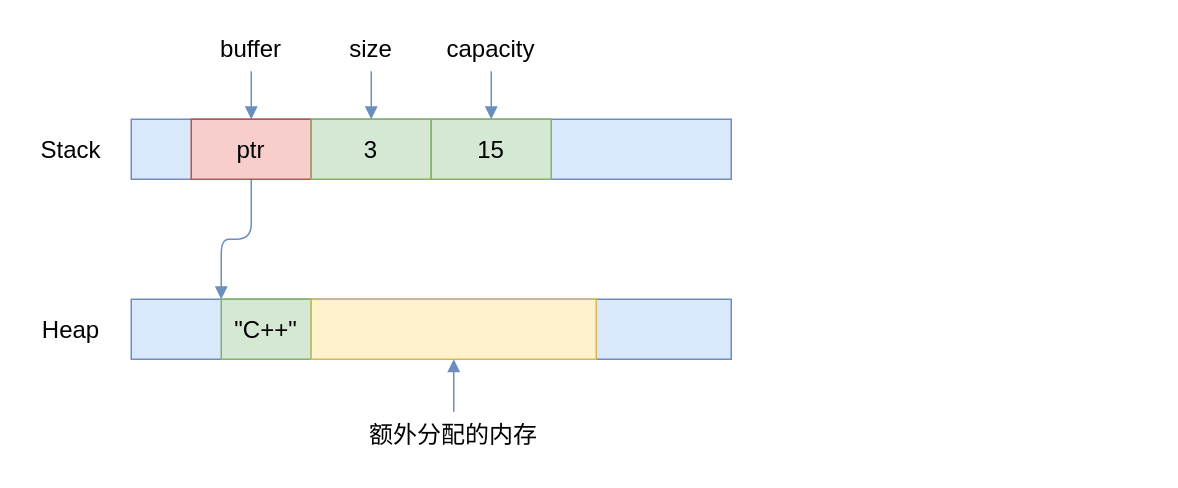
Above: src/ownership/assets/cpp-copy-string.drawio in XuShaohua/intro-to-rust (draw.io), before the change. Source tidied: cells renumbered, new cells numbered last; positions are measured from the earlier drawing's top-left corner, leaving out a move shared by most shapes. Both pictures are drawn from the tidied source at 150%, with x=0, y=0 at pixel (26, 26).
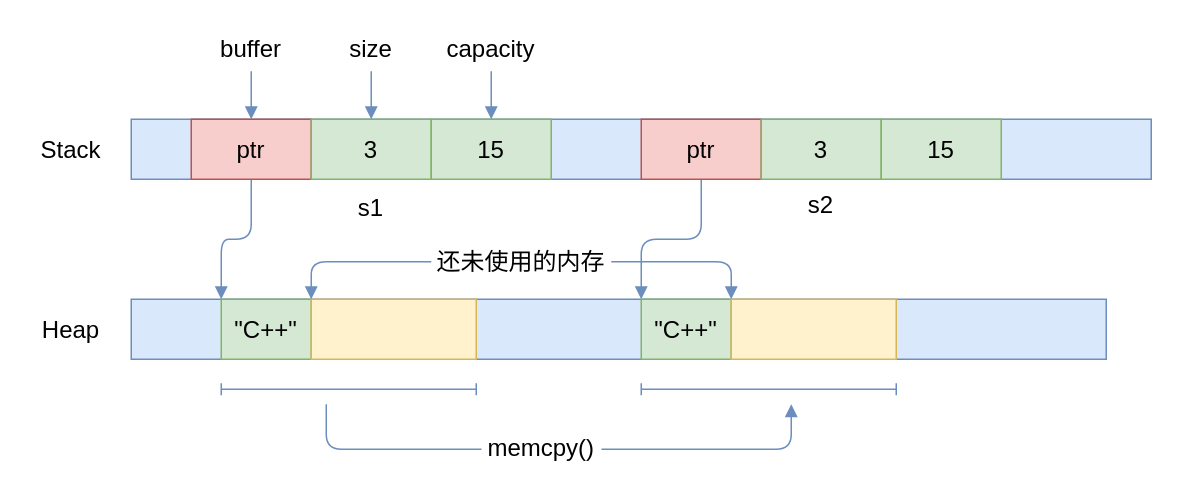
After the change.

Commit message (it also covers changes not shown here):
ownership: Add cpp move string

Diff of the diagram source:
```diff
@@
     <mxCell id="2" style="rounded=0;whiteSpace=wrap;html=1;shadow=0;strokeColor=#6c8ebf;strokeWidth=1;fontFamily=Ubuntu;fontSize=16;fontStyle=0;fillColor=#dae8fc;" parent="1" vertex="1">
-      <mxGeometry x="70" y="62" width="400" height="40" as="geometry" />
+      <mxGeometry x="70" y="62" width="680" height="40" as="geometry" />
     </mxCell>
@@
     <mxCell id="8" style="rounded=0;whiteSpace=wrap;html=1;shadow=0;strokeColor=#6c8ebf;strokeWidth=1;fontFamily=Ubuntu;fontSize=16;fontStyle=0;fillColor=#dae8fc;" parent="1" vertex="1">
-      <mxGeometry x="70" y="182" width="400" height="40" as="geometry" />
+      <mxGeometry x="70" y="182" width="650" height="40" as="geometry" />
     </mxCell>
@@
+    <mxCell id="20" style="edgeStyle=orthogonalEdgeStyle;rounded=1;orthogonalLoop=1;jettySize=auto;html=1;shadow=0;strokeColor=#6c8ebf;strokeWidth=1;fontFamily=Ubuntu;fontSize=14;fontStyle=0;endArrow=block;endFill=1;fillColor=#dae8fc;" parent="1" edge="1">
+      <mxGeometry relative="1" as="geometry">
+        <mxPoint x="200" y="252" as="sourcePoint" />
+        <mxPoint x="510" y="252" as="targetPoint" />
+        <Array as="points">
+          <mxPoint x="200" y="282" />
+          <mxPoint x="510" y="282" />
+        </Array>
+      </mxGeometry>
+    </mxCell>
+    <mxCell id="21" value="&amp;nbsp;memcpy()&amp;nbsp;" style="edgeLabel;html=1;align=center;verticalAlign=middle;rounded=1;shadow=0;strokeColor=#6c8ebf;strokeWidth=1;fontFamily=Ubuntu;fontSize=16;fontStyle=0;fillColor=#dae8fc;" parent="20" vertex="1">
+      <mxGeometry x="-0.07" y="2" relative="1" as="geometry" />
+    </mxCell>
@@
     <mxCell id="11" style="rounded=0;whiteSpace=wrap;html=1;shadow=0;strokeColor=#d6b656;strokeWidth=1;fontFamily=Ubuntu;fontSize=16;fontStyle=0;fillColor=#fff2cc;" parent="1" vertex="1">
-      <mxGeometry x="190" y="182" width="190" height="40" as="geometry" />
+      <mxGeometry x="190" y="182" width="110" height="40" as="geometry" />
     </mxCell>
@@
-    <mxCell id="18" style="edgeStyle=orthogonalEdgeStyle;rounded=1;jettySize=auto;html=1;shadow=0;strokeColor=#6c8ebf;strokeWidth=1;fontFamily=Ubuntu;fontSize=14;fontStyle=0;endArrow=block;endFill=1;fillColor=#dae8fc;" parent="1" edge="1" source="19" target="11">
+    <mxCell id="18" style="edgeStyle=orthogonalEdgeStyle;rounded=1;jettySize=auto;html=1;entryX=0;entryY=0;entryDx=0;entryDy=0;shadow=0;strokeColor=#6c8ebf;strokeWidth=1;fontFamily=Ubuntu;fontSize=14;fontStyle=0;endArrow=block;endFill=1;fillColor=#dae8fc;exitX=0;exitY=0.5;exitDx=0;exitDy=0;" parent="1" edge="1" source="19" target="11">
       <mxGeometry relative="1" as="geometry" />
     </mxCell>
+    <mxCell id="22" style="edgeStyle=orthogonalEdgeStyle;rounded=1;jettySize=auto;html=1;entryX=0;entryY=0;entryDx=0;entryDy=0;shadow=0;strokeColor=#6c8ebf;strokeWidth=1;fontFamily=Ubuntu;fontSize=14;fontStyle=0;endArrow=block;endFill=1;fillColor=#dae8fc;" parent="1" edge="1" source="19" target="30">
+      <mxGeometry relative="1" as="geometry" />
+    </mxCell>
-    <mxCell id="19" value="额外分配的内存" style="text;html=1;align=center;verticalAlign=middle;whiteSpace=wrap;rounded=0;fontFamily=Ubuntu;fontSize=16;fontStyle=0;" parent="1" vertex="1">
-      <mxGeometry x="225" y="257" width="120" height="30" as="geometry" />
+    <mxCell id="19" value="还未使用的内存" style="text;html=1;align=center;verticalAlign=middle;whiteSpace=wrap;rounded=0;fontFamily=Ubuntu;fontSize=16;fontStyle=0;" parent="1" vertex="1">
+      <mxGeometry x="270" y="142" width="120" height="30" as="geometry" />
     </mxCell>
+    <mxCell id="23" style="edgeStyle=orthogonalEdgeStyle;rounded=1;jettySize=auto;html=1;entryX=0;entryY=0;entryDx=0;entryDy=0;shadow=0;strokeColor=#6c8ebf;strokeWidth=1;fontFamily=Ubuntu;fontSize=14;fontStyle=0;endArrow=block;endFill=1;fillColor=#dae8fc;" parent="1" edge="1" source="24" target="27">
+      <mxGeometry relative="1" as="geometry" />
+    </mxCell>
+    <mxCell id="24" value="ptr" style="rounded=0;whiteSpace=wrap;html=1;shadow=0;strokeColor=#b85450;strokeWidth=1;fontFamily=Ubuntu;fontSize=16;fontStyle=0;fillColor=#f8cecc;" parent="1" vertex="1">
+      <mxGeometry x="410" y="62" width="80" height="40" as="geometry" />
+    </mxCell>
+    <mxCell id="25" value="3" style="rounded=0;whiteSpace=wrap;html=1;shadow=0;strokeColor=#82b366;strokeWidth=1;fontFamily=Ubuntu;fontSize=16;fontStyle=0;fillColor=#d5e8d4;" parent="1" vertex="1">
+      <mxGeometry x="490" y="62" width="80" height="40" as="geometry" />
+    </mxCell>
+    <mxCell id="26" value="15" style="rounded=0;whiteSpace=wrap;html=1;shadow=0;strokeColor=#82b366;strokeWidth=1;fontFamily=Ubuntu;fontSize=16;fontStyle=0;fillColor=#d5e8d4;" parent="1" vertex="1">
+      <mxGeometry x="570" y="62" width="80" height="40" as="geometry" />
+    </mxCell>
+    <mxCell id="27" value="&quot;C++&quot;" style="rounded=0;whiteSpace=wrap;html=1;shadow=0;strokeColor=#82b366;strokeWidth=1;fontFamily=Ubuntu;fontSize=16;fontStyle=0;fillColor=#d5e8d4;" parent="1" vertex="1">
+      <mxGeometry x="410" y="182" width="60" height="40" as="geometry" />
+    </mxCell>
+    <mxCell id="28" value="s1" style="text;html=1;align=center;verticalAlign=middle;whiteSpace=wrap;rounded=0;fontFamily=Ubuntu;fontSize=16;fontStyle=0;" parent="1" vertex="1">
+      <mxGeometry x="200" y="106" width="60" height="30" as="geometry" />
+    </mxCell>
+    <mxCell id="29" value="s2" style="text;html=1;align=center;verticalAlign=middle;whiteSpace=wrap;rounded=0;fontFamily=Ubuntu;fontSize=16;fontStyle=0;" parent="1" vertex="1">
+      <mxGeometry x="500" y="104" width="60" height="30" as="geometry" />
+    </mxCell>
+    <mxCell id="30" style="rounded=0;whiteSpace=wrap;html=1;shadow=0;strokeColor=#d6b656;strokeWidth=1;fontFamily=Ubuntu;fontSize=16;fontStyle=0;fillColor=#fff2cc;" parent="1" vertex="1">
+      <mxGeometry x="470" y="182" width="110" height="40" as="geometry" />
+    </mxCell>
+    <mxCell id="31" style="endArrow=baseDash;html=1;rounded=1;shadow=0;strokeColor=#6c8ebf;strokeWidth=1;fontFamily=Ubuntu;fontSize=14;fontStyle=0;fillColor=#dae8fc;startArrow=baseDash;startFill=0;endFill=0;" parent="1" edge="1">
+      <mxGeometry relative="1" as="geometry">
+        <mxPoint x="130" y="242" as="sourcePoint" />
+        <mxPoint x="300" y="242" as="targetPoint" />
+      </mxGeometry>
+    </mxCell>
+    <mxCell id="32" style="endArrow=baseDash;html=1;rounded=1;shadow=0;strokeColor=#6c8ebf;strokeWidth=1;fontFamily=Ubuntu;fontSize=14;fontStyle=0;fillColor=#dae8fc;startArrow=baseDash;startFill=0;endFill=0;" parent="1" edge="1">
+      <mxGeometry relative="1" as="geometry">
+        <mxPoint x="410" y="242" as="sourcePoint" />
+        <mxPoint x="580" y="242" as="targetPoint" />
+      </mxGeometry>
+    </mxCell>
```
